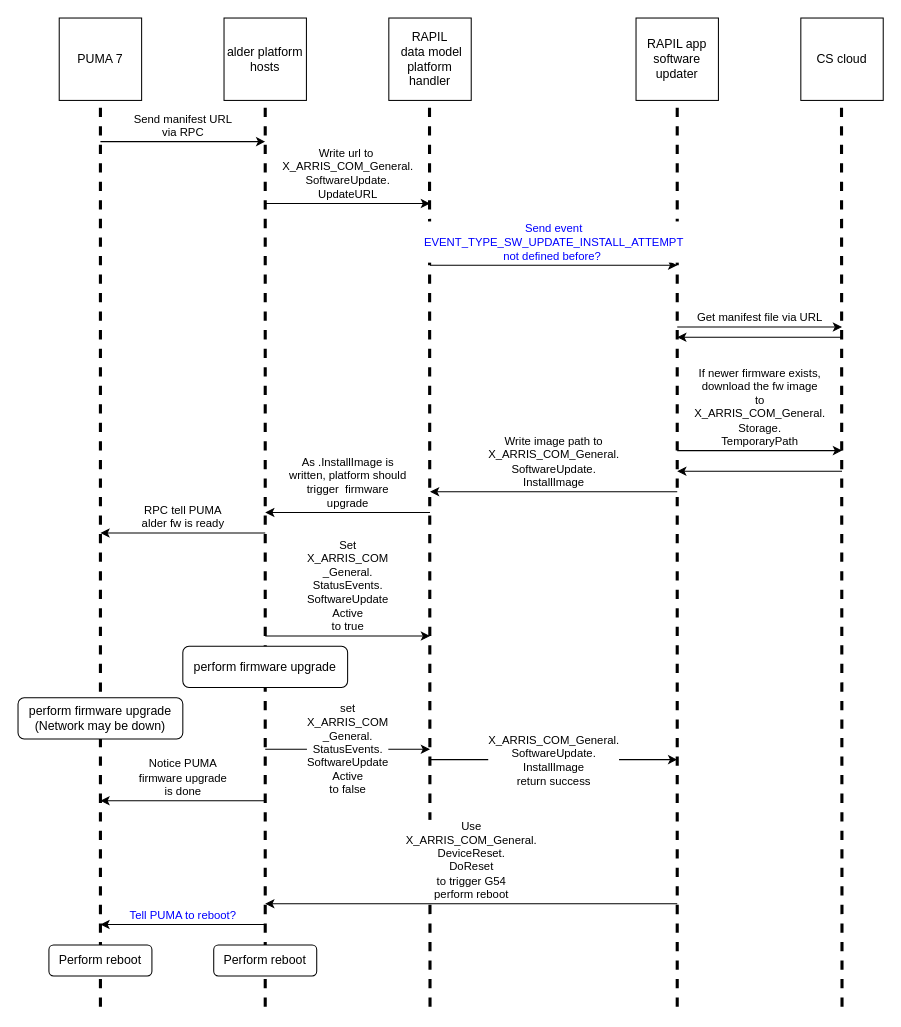
Above: 未命名绘图.drawio in ShastaYeh/PYTHON- (draw.io), before the change. Source tidied: cells renumbered, new cells numbered last; positions are measured from the earlier drawing's top-left corner, leaving out a move shared by most shapes. Both pictures are drawn from the tidied source at 103%, with x=0, y=0 at pixel (18, 18).
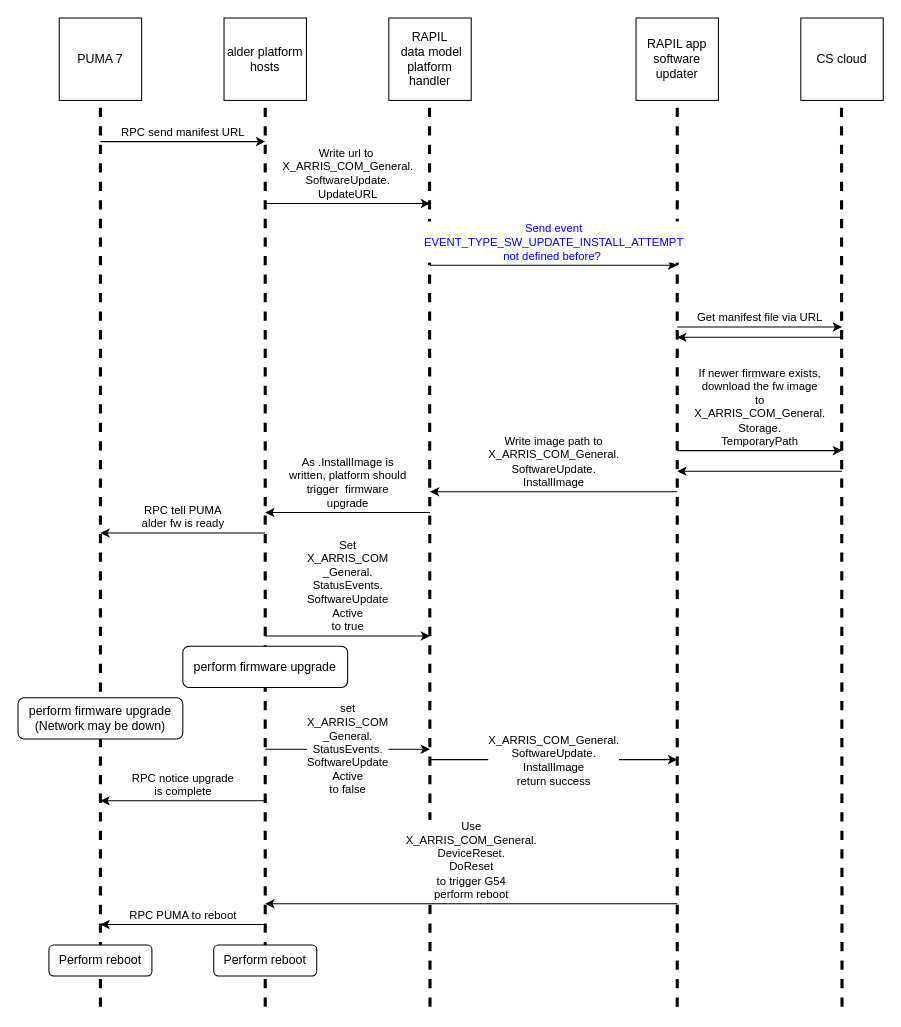
The same page after the edit.

Commit message:
更新未命名绘图.drawio

Change to the diagram source:
```diff
@@
-    <mxCell id="10" value="Send manifest URL&lt;br&gt;via RPC" style="endArrow=classic;html=1;rounded=0;labelPosition=center;verticalLabelPosition=top;align=center;verticalAlign=bottom;" parent="1" edge="1">
+    <mxCell id="10" value="RPC send manifest URL" style="endArrow=classic;html=1;rounded=0;labelPosition=center;verticalLabelPosition=top;align=center;verticalAlign=bottom;" parent="1" edge="1">
       <mxGeometry relative="1" as="geometry">
         <mxPoint x="80" y="120" as="sourcePoint" />
         <mxPoint x="240" y="120" as="targetPoint" />
       </mxGeometry>
     </mxCell>
@@
-    <mxCell id="22" value="Notice PUMA&lt;br&gt;firmware upgrade&lt;br&gt;is done" style="endArrow=classic;html=1;rounded=0;fontColor=#000000;strokeWidth=1;labelPosition=center;verticalLabelPosition=top;align=center;verticalAlign=bottom;" parent="1" edge="1">
+    <mxCell id="22" value="RPC notice upgrade&lt;br&gt;is complete" style="endArrow=classic;html=1;rounded=0;fontColor=#000000;strokeWidth=1;labelPosition=center;verticalLabelPosition=top;align=center;verticalAlign=bottom;" parent="1" edge="1">
       <mxGeometry relative="1" as="geometry">
         <mxPoint x="240" y="760" as="sourcePoint" />
         <mxPoint x="80" y="760" as="targetPoint" />
       </mxGeometry>
     </mxCell>
@@
-    <mxCell id="30" value="&lt;font color=&quot;#0000ff&quot;&gt;Tell PUMA to reboot?&lt;/font&gt;" style="endArrow=classic;html=1;rounded=0;fontColor=#000000;strokeWidth=1;labelPosition=center;verticalLabelPosition=top;align=center;verticalAlign=bottom;" parent="1" edge="1">
+    <mxCell id="30" value="&lt;font&gt;RPC PUMA to reboot&lt;br&gt;&lt;/font&gt;" style="endArrow=classic;html=1;rounded=0;fontColor=#000000;strokeWidth=1;labelPosition=center;verticalLabelPosition=top;align=center;verticalAlign=bottom;" parent="1" edge="1">
       <mxGeometry relative="1" as="geometry">
         <mxPoint x="240" y="880" as="sourcePoint" />
         <mxPoint x="80" y="880" as="targetPoint" />
       </mxGeometry>
     </mxCell>
```
